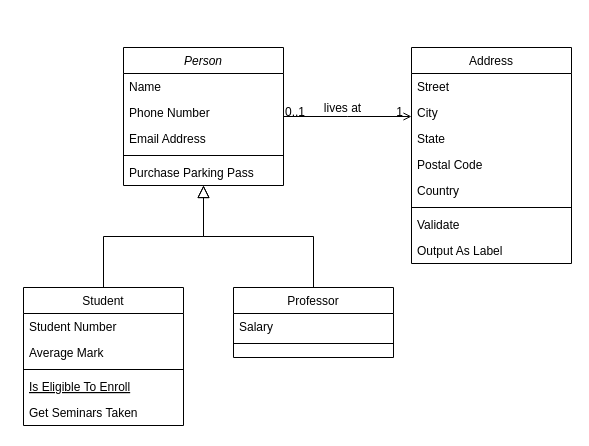
Before: DiagramaClasses30052022.drawio in henrique-souza/uml_exercises, a draw.io diagram. Source tidied: cells renumbered, new cells numbered last; positions are measured from the earlier drawing's top-left corner, leaving out a move shared by most shapes. Both pictures are drawn from the tidied source at 100%, with x=0, y=0 at pixel (23, 47).
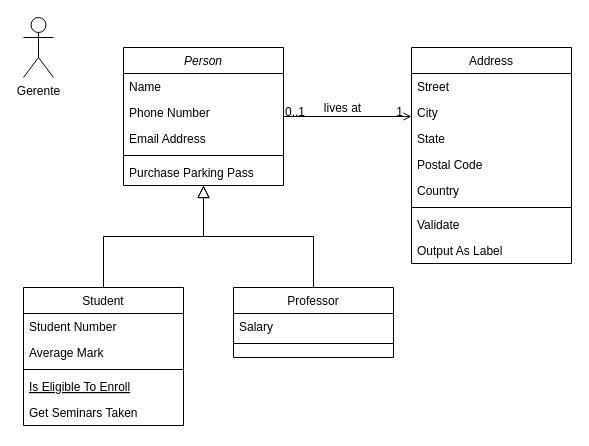
After the change.

The edit, as a diff of the source:
```diff
@@
+    <mxCell id="32" value="Gerente" style="shape=umlActor;verticalLabelPosition=bottom;verticalAlign=top;html=1;" parent="1" vertex="1">
+      <mxGeometry y="-30" width="30" height="60" as="geometry" />
+    </mxCell>
```
